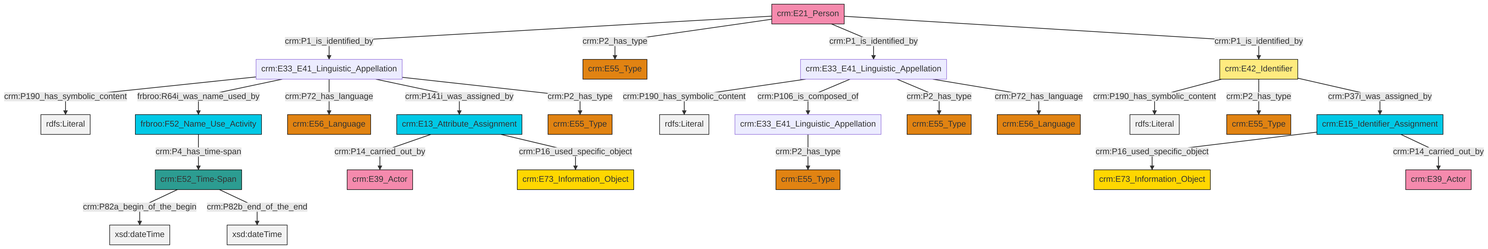
The Mermaid diagram et/personCSV/ttl/mmd/png/Person_Names_and_Classification.png in swiss-art-research-net/docs.swissartresearch, before a commit. Its source is kept beside it as et/personCSV/ttl/mmd/Person_Names_and_Classification.ttl.mmd.
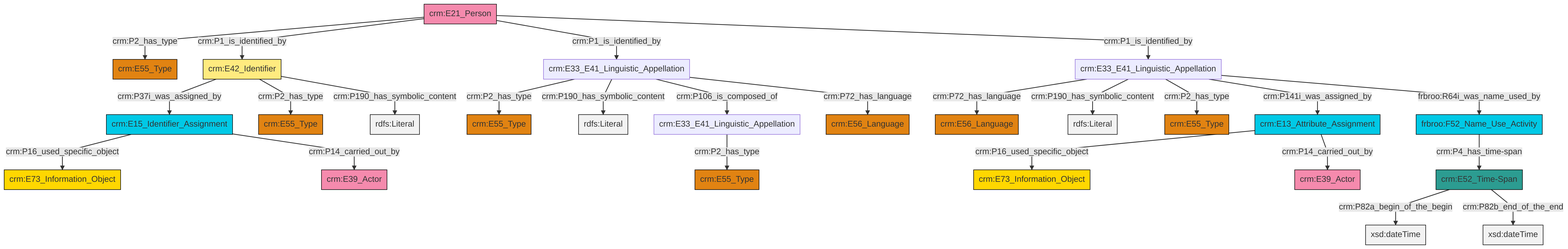
After the commit.

Change to the diagram source:
```diff
@@ -13,27 +13,27 @@
 classDef PC_Classes fill:#4ce600, stroke:#000000;
 classDef Multi fill:#cccccc,stroke:#000000;
 
-0["crm:E21_Person"]:::Actor -->|crm:P1_is_identified_by| 1["crm:E33_E41_Linguistic_Appellation"]:::Default
-0["crm:E21_Person"]:::Actor -->|crm:P2_has_type| 4["crm:E55_Type"]:::Type
-5["crm:E52_Time-Span"]:::Time-Span -->|crm:P82a_begin_of_the_begin| 6[xsd:dateTime]:::Literal
-0["crm:E21_Person"]:::Actor -->|crm:P1_is_identified_by| 7["crm:E33_E41_Linguistic_Appellation"]:::Default
-8["crm:E13_Attribute_Assignment"]:::Temporal_Entity -->|crm:P14_carried_out_by| 9["crm:E39_Actor"]:::Actor
-1["crm:E33_E41_Linguistic_Appellation"]:::Default -->|crm:P190_has_symbolic_content| 10[rdfs:Literal]:::Literal
-1["crm:E33_E41_Linguistic_Appellation"]:::Default -->|frbroo:R64i_was_name_used_by| 2["frbroo:F52_Name_Use_Activity"]:::Temporal_Entity
-7["crm:E33_E41_Linguistic_Appellation"]:::Default -->|crm:P190_has_symbolic_content| 12[rdfs:Literal]:::Literal
-7["crm:E33_E41_Linguistic_Appellation"]:::Default -->|crm:P106_is_composed_of| 13["crm:E33_E41_Linguistic_Appellation"]:::Default
-13["crm:E33_E41_Linguistic_Appellation"]:::Default -->|crm:P2_has_type| 14["crm:E55_Type"]:::Type
-15["crm:E42_Identifier"]:::Appellation -->|crm:P190_has_symbolic_content| 16[rdfs:Literal]:::Literal
-7["crm:E33_E41_Linguistic_Appellation"]:::Default -->|crm:P2_has_type| 18["crm:E55_Type"]:::Type
-15["crm:E42_Identifier"]:::Appellation -->|crm:P2_has_type| 19["crm:E55_Type"]:::Type
-2["frbroo:F52_Name_Use_Activity"]:::Temporal_Entity -->|crm:P4_has_time-span| 5["crm:E52_Time-Span"]:::Time-Span
-7["crm:E33_E41_Linguistic_Appellation"]:::Default -->|crm:P72_has_language| 22["crm:E56_Language"]:::Type
-1["crm:E33_E41_Linguistic_Appellation"]:::Default -->|crm:P72_has_language| 23["crm:E56_Language"]:::Type
-5["crm:E52_Time-Span"]:::Time-Span -->|crm:P82b_end_of_the_end| 26[xsd:dateTime]:::Literal
-0["crm:E21_Person"]:::Actor -->|crm:P1_is_identified_by| 15["crm:E42_Identifier"]:::Appellation
-1["crm:E33_E41_Linguistic_Appellation"]:::Default -->|crm:P141i_was_assigned_by| 8["crm:E13_Attribute_Assignment"]:::Temporal_Entity
-28["crm:E15_Identifier_Assignment"]:::Temporal_Entity -->|crm:P16_used_specific_object| 35["crm:E73_Information_Object"]:::Conceptual_Object
-15["crm:E42_Identifier"]:::Appellation -->|crm:P37i_was_assigned_by| 28["crm:E15_Identifier_Assignment"]:::Temporal_Entity
-8["crm:E13_Attribute_Assignment"]:::Temporal_Entity -->|crm:P16_used_specific_object| 37["crm:E73_Information_Object"]:::Conceptual_Object
-28["crm:E15_Identifier_Assignment"]:::Temporal_Entity -->|crm:P14_carried_out_by| 33["crm:E39_Actor"]:::Actor
-1["crm:E33_E41_Linguistic_Appellation"]:::Default -->|crm:P2_has_type| 20["crm:E55_Type"]:::Type
+2["crm:E33_E41_Linguistic_Appellation"]:::Default -->|crm:P2_has_type| 3["crm:E55_Type"]:::Type
+5["crm:E15_Identifier_Assignment"]:::Temporal_Entity -->|crm:P16_used_specific_object| 6["crm:E73_Information_Object"]:::Conceptual_Object
+7["crm:E42_Identifier"]:::Appellation -->|crm:P37i_was_assigned_by| 5["crm:E15_Identifier_Assignment"]:::Temporal_Entity
+12["frbroo:F52_Name_Use_Activity"]:::Temporal_Entity -->|crm:P4_has_time-span| 13["crm:E52_Time-Span"]:::Time-Span
+14["crm:E21_Person"]:::Actor -->|crm:P2_has_type| 15["crm:E55_Type"]:::Type
+2["crm:E33_E41_Linguistic_Appellation"]:::Default -->|crm:P190_has_symbolic_content| 16[rdfs:Literal]:::Literal
+2["crm:E33_E41_Linguistic_Appellation"]:::Default -->|crm:P106_is_composed_of| 0["crm:E33_E41_Linguistic_Appellation"]:::Default
+13["crm:E52_Time-Span"]:::Time-Span -->|crm:P82a_begin_of_the_begin| 21[xsd:dateTime]:::Literal
+22["crm:E13_Attribute_Assignment"]:::Temporal_Entity -->|crm:P16_used_specific_object| 23["crm:E73_Information_Object"]:::Conceptual_Object
+14["crm:E21_Person"]:::Actor -->|crm:P1_is_identified_by| 7["crm:E42_Identifier"]:::Appellation
+10["crm:E33_E41_Linguistic_Appellation"]:::Default -->|crm:P72_has_language| 24["crm:E56_Language"]:::Type
+7["crm:E42_Identifier"]:::Appellation -->|crm:P2_has_type| 8["crm:E55_Type"]:::Type
+0["crm:E33_E41_Linguistic_Appellation"]:::Default -->|crm:P2_has_type| 25["crm:E55_Type"]:::Type
+10["crm:E33_E41_Linguistic_Appellation"]:::Default -->|crm:P190_has_symbolic_content| 28[rdfs:Literal]:::Literal
+10["crm:E33_E41_Linguistic_Appellation"]:::Default -->|crm:P2_has_type| 31["crm:E55_Type"]:::Type
+14["crm:E21_Person"]:::Actor -->|crm:P1_is_identified_by| 2["crm:E33_E41_Linguistic_Appellation"]:::Default
+10["crm:E33_E41_Linguistic_Appellation"]:::Default -->|crm:P141i_was_assigned_by| 22["crm:E13_Attribute_Assignment"]:::Temporal_Entity
+2["crm:E33_E41_Linguistic_Appellation"]:::Default -->|crm:P72_has_language| 17["crm:E56_Language"]:::Type
+5["crm:E15_Identifier_Assignment"]:::Temporal_Entity -->|crm:P14_carried_out_by| 26["crm:E39_Actor"]:::Actor
+14["crm:E21_Person"]:::Actor -->|crm:P1_is_identified_by| 10["crm:E33_E41_Linguistic_Appellation"]:::Default
+10["crm:E33_E41_Linguistic_Appellation"]:::Default -->|frbroo:R64i_was_name_used_by| 12["frbroo:F52_Name_Use_Activity"]:::Temporal_Entity
+13["crm:E52_Time-Span"]:::Time-Span -->|crm:P82b_end_of_the_end| 38[xsd:dateTime]:::Literal
+7["crm:E42_Identifier"]:::Appellation -->|crm:P190_has_symbolic_content| 41[rdfs:Literal]:::Literal
+22["crm:E13_Attribute_Assignment"]:::Temporal_Entity -->|crm:P14_carried_out_by| 33["crm:E39_Actor"]:::Actor
```
